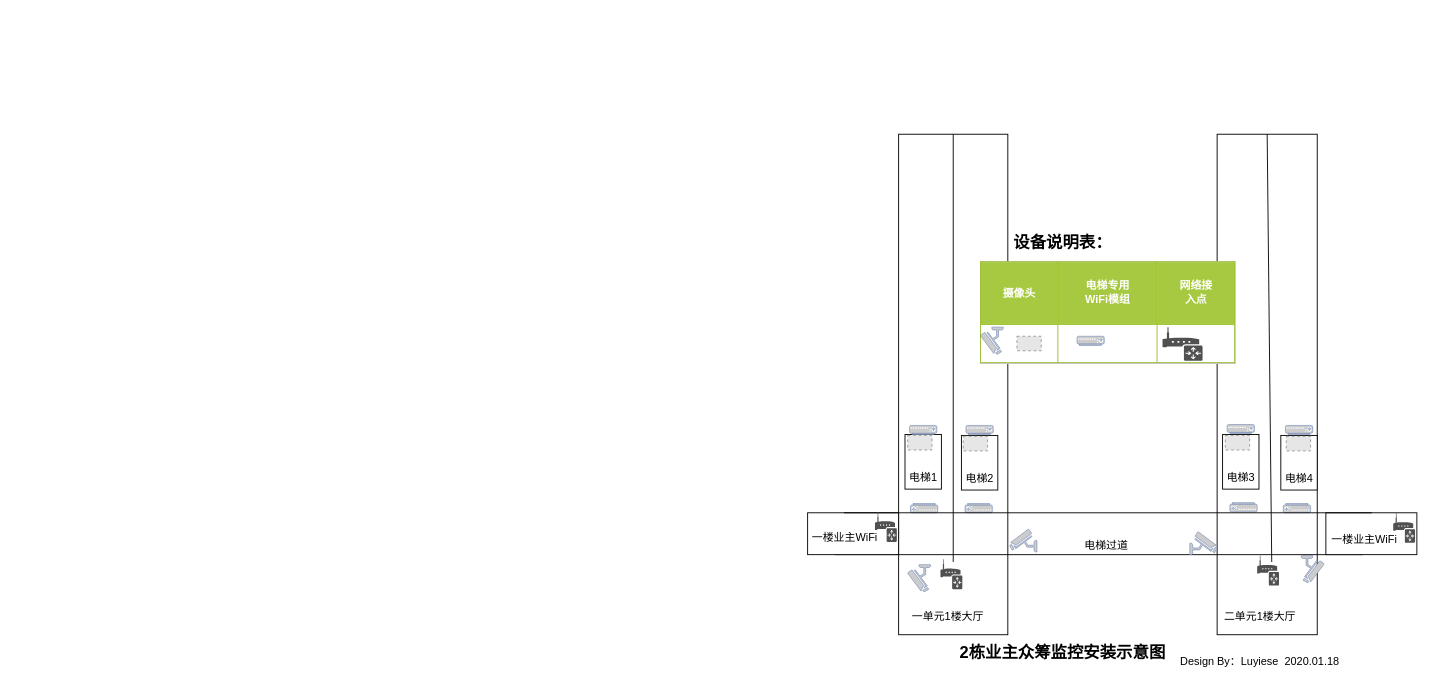
Above: 2栋众筹监控安装示意图.drawio in UTOUUCENTER-CD/draw.io (draw.io), before the change. Source tidied: cells renumbered, new cells numbered last; positions are measured from the earlier drawing's top-left corner, leaving out a move shared by most shapes. Both pictures are drawn from the tidied source at 91%, with x=0, y=0 at pixel (634, 134). Pictures stored in the file or linked from it are replaced by grey dashed boxes.
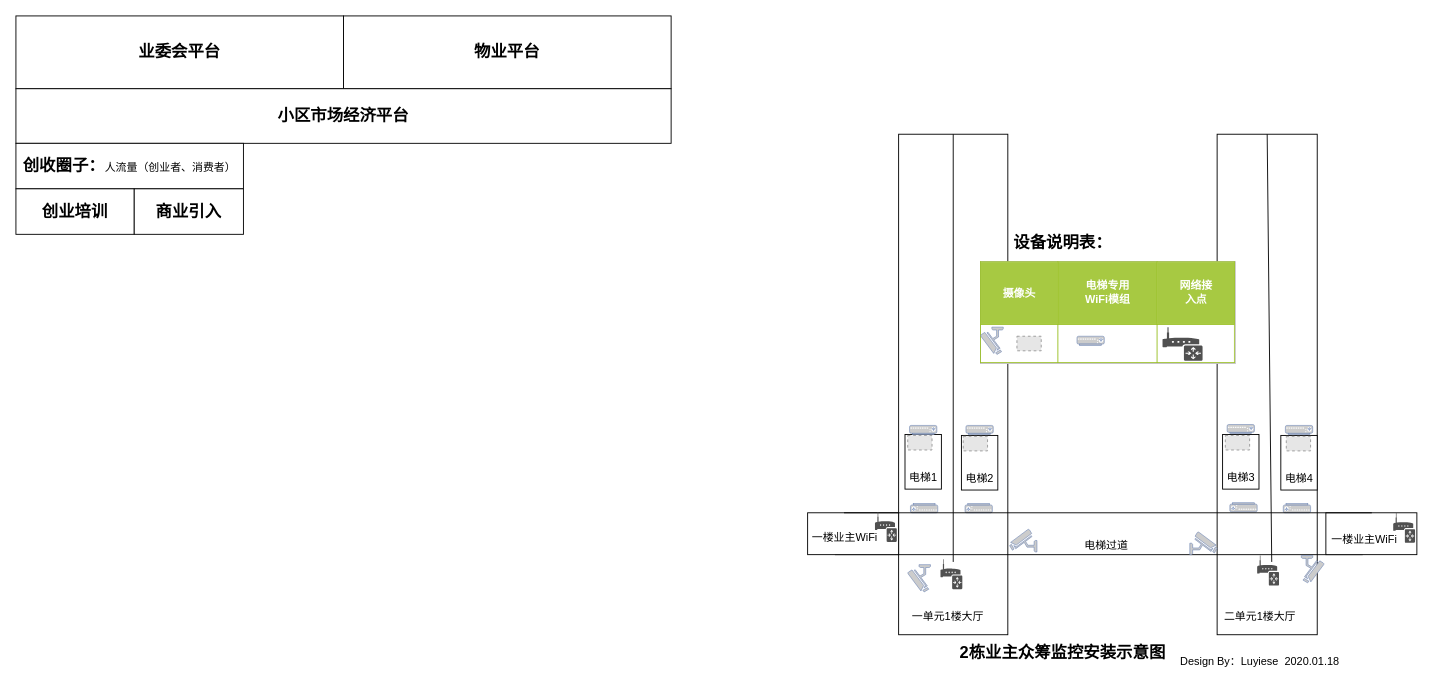
Above is the later version.

Commit message:
更新2栋众筹监控安装示意图.drawio

The edit, as a diff of the source:
```diff
@@
+    <mxCell id="63" value="&lt;font style=&quot;font-size: 18px&quot;&gt;&lt;b&gt;业委会平台&lt;/b&gt;&lt;/font&gt;" style="rounded=0;whiteSpace=wrap;html=1;" parent="1" vertex="1">
+      <mxGeometry x="-680" y="-130" width="360" height="80" as="geometry" />
+    </mxCell>
+    <mxCell id="64" value="&lt;font style=&quot;font-size: 18px&quot;&gt;&lt;b&gt;物业平台&lt;/b&gt;&lt;/font&gt;" style="rounded=0;whiteSpace=wrap;html=1;" parent="1" vertex="1">
+      <mxGeometry x="-320" y="-130" width="360" height="80" as="geometry" />
+    </mxCell>
+    <mxCell id="65" value="&lt;span style=&quot;font-size: 18px&quot;&gt;&lt;b&gt;小区市场经济平台&lt;/b&gt;&lt;/span&gt;" style="rounded=0;whiteSpace=wrap;html=1;" parent="1" vertex="1">
+      <mxGeometry x="-680" y="-50" width="720" height="60" as="geometry" />
+    </mxCell>
+    <mxCell id="66" value="&lt;b style=&quot;font-size: 18px&quot;&gt;创收圈子：&lt;/b&gt;&lt;font style=&quot;font-size: 12px&quot;&gt;人&lt;/font&gt;&lt;font style=&quot;font-size: 12px&quot;&gt;&lt;font&gt;流量（创业者、消费者）&lt;/font&gt;&lt;/font&gt;" style="rounded=0;whiteSpace=wrap;html=1;" parent="1" vertex="1">
+      <mxGeometry x="-680" y="10" width="250" height="50" as="geometry" />
+    </mxCell>
+    <mxCell id="67" value="&lt;span style=&quot;font-size: 18px&quot;&gt;&lt;b&gt;创业培训&lt;/b&gt;&lt;/span&gt;" style="rounded=0;whiteSpace=wrap;html=1;" parent="1" vertex="1">
+      <mxGeometry x="-680" y="60" width="130" height="50" as="geometry" />
+    </mxCell>
+    <mxCell id="68" value="&lt;span style=&quot;font-size: 18px&quot;&gt;&lt;b&gt;商业引入&lt;/b&gt;&lt;/span&gt;" style="rounded=0;whiteSpace=wrap;html=1;" parent="1" vertex="1">
+      <mxGeometry x="-550" y="60" width="120" height="50" as="geometry" />
+    </mxCell>
```
